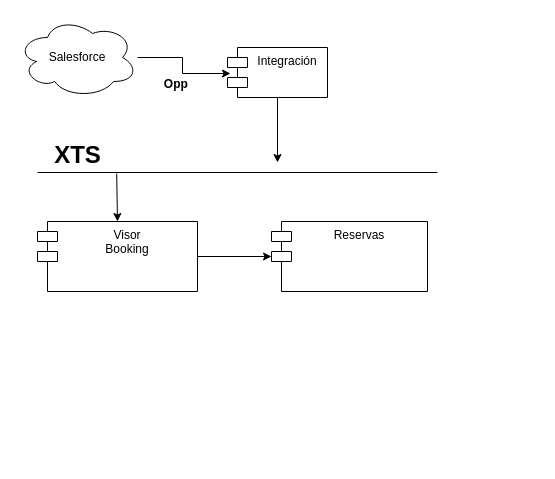
TecladoZurdo/UML keeps this draw.io diagram as Reservas.drawio. Above is the earlier version. Source tidied: cells renumbered, new cells numbered last; positions are measured from the earlier drawing's top-left corner, leaving out a move shared by most shapes. Both pictures are drawn from the tidied source at 100%, with x=0, y=0 at pixel (17, 17).
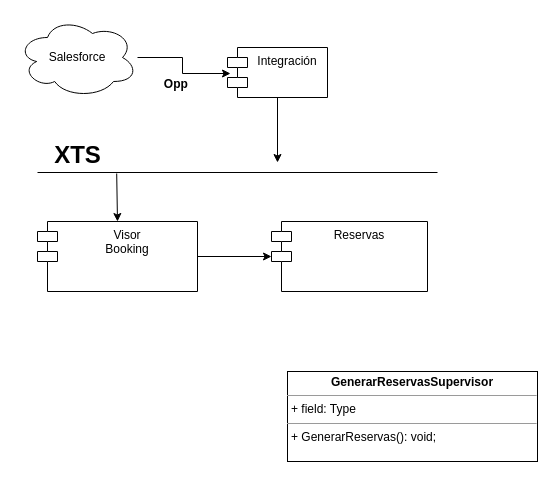
After the change.

Change to the diagram source:
```diff
@@
 <mxGraphModel>
   <root>
     <mxCell id="0" />
     <mxCell id="1" parent="0" />
     <mxCell id="2" value="Salesforce" style="ellipse;shape=cloud;whiteSpace=wrap;html=1;" parent="1" vertex="1">
       <mxGeometry width="120" height="80" as="geometry" />
     </mxCell>
     <mxCell id="3" style="edgeStyle=orthogonalEdgeStyle;rounded=0;jettySize=auto;html=1;" parent="1" edge="1" source="4">
       <mxGeometry relative="1" as="geometry">
         <mxPoint x="260" y="145" as="targetPoint" />
       </mxGeometry>
     </mxCell>
     <mxCell id="4" value="Integración" style="shape=module;align=left;spacingLeft=20;align=center;verticalAlign=top;whiteSpace=wrap;html=1;" parent="1" vertex="1">
       <mxGeometry x="210" y="30" width="100" height="50" as="geometry" />
     </mxCell>
     <mxCell id="5" style="edgeStyle=orthogonalEdgeStyle;rounded=0;jettySize=auto;html=1;entryX=0.03;entryY=0.52;entryDx=0;entryDy=0;entryPerimeter=0;" parent="1" edge="1" source="2" target="4">
       <mxGeometry relative="1" as="geometry" />
     </mxCell>
     <mxCell id="6" value="Opp&amp;nbsp;" style="text;align=center;fontStyle=1;verticalAlign=middle;spacingLeft=3;spacingRight=3;strokeColor=none;html=1;" parent="1" vertex="1">
       <mxGeometry x="120" y="54" width="80" height="26" as="geometry" />
     </mxCell>
     <mxCell id="7" style="line;strokeWidth=1;fillColor=none;align=left;verticalAlign=middle;spacingTop=-1;spacingLeft=3;spacingRight=3;labelPosition=right;points=[];portConstraint=eastwest;strokeColor=inherit;" parent="1" vertex="1">
       <mxGeometry x="20" y="151" width="400" height="8" as="geometry" />
     </mxCell>
     <mxCell id="8" value="XTS" style="text;align=center;fontStyle=1;verticalAlign=middle;spacingLeft=3;spacingRight=3;strokeColor=none;html=1;fontSize=24;" parent="1" vertex="1">
       <mxGeometry x="20" y="125" width="80" height="26" as="geometry" />
     </mxCell>
     <mxCell id="9" value="Visor &lt;br&gt;Booking" style="shape=module;align=left;spacingLeft=20;align=center;verticalAlign=top;whiteSpace=wrap;html=1;" parent="1" vertex="1">
       <mxGeometry x="20" y="204" width="160" height="70" as="geometry" />
     </mxCell>
     <mxCell id="10" style="endArrow=classic;html=1;rounded=0;exitX=0.198;exitY=0.625;exitDx=0;exitDy=0;exitPerimeter=0;entryX=0.5;entryY=0;entryDx=0;entryDy=0;" parent="1" edge="1" source="7" target="9">
       <mxGeometry relative="1" as="geometry" />
     </mxCell>
     <mxCell id="11" value="Reservas" style="shape=module;align=left;spacingLeft=20;align=center;verticalAlign=top;whiteSpace=wrap;html=1;" parent="1" vertex="1">
       <mxGeometry x="254" y="204" width="156" height="70" as="geometry" />
     </mxCell>
     <mxCell id="12" style="edgeStyle=orthogonalEdgeStyle;rounded=0;jettySize=auto;html=1;entryX=0;entryY=0;entryDx=0;entryDy=35;entryPerimeter=0;" parent="1" edge="1" source="9" target="11">
       <mxGeometry relative="1" as="geometry" />
     </mxCell>
+    <mxCell id="13" value="&lt;p style=&quot;margin:0px;margin-top:4px;text-align:center;&quot;&gt;&lt;b&gt;GenerarReservasSupervisor&lt;/b&gt;&lt;/p&gt;&lt;hr size=&quot;1&quot;&gt;&lt;p style=&quot;margin:0px;margin-left:4px;&quot;&gt;+ field: Type&lt;/p&gt;&lt;hr size=&quot;1&quot;&gt;&lt;p style=&quot;margin:0px;margin-left:4px;&quot;&gt;+ GenerarReservas(): void;&lt;/p&gt;" style="verticalAlign=top;align=left;overflow=fill;fontSize=12;fontFamily=Helvetica;html=1;whiteSpace=wrap;" parent="1" vertex="1">
+      <mxGeometry x="270" y="354" width="250" height="90" as="geometry" />
+    </mxCell>
   </root>
 </mxGraphModel>
```
